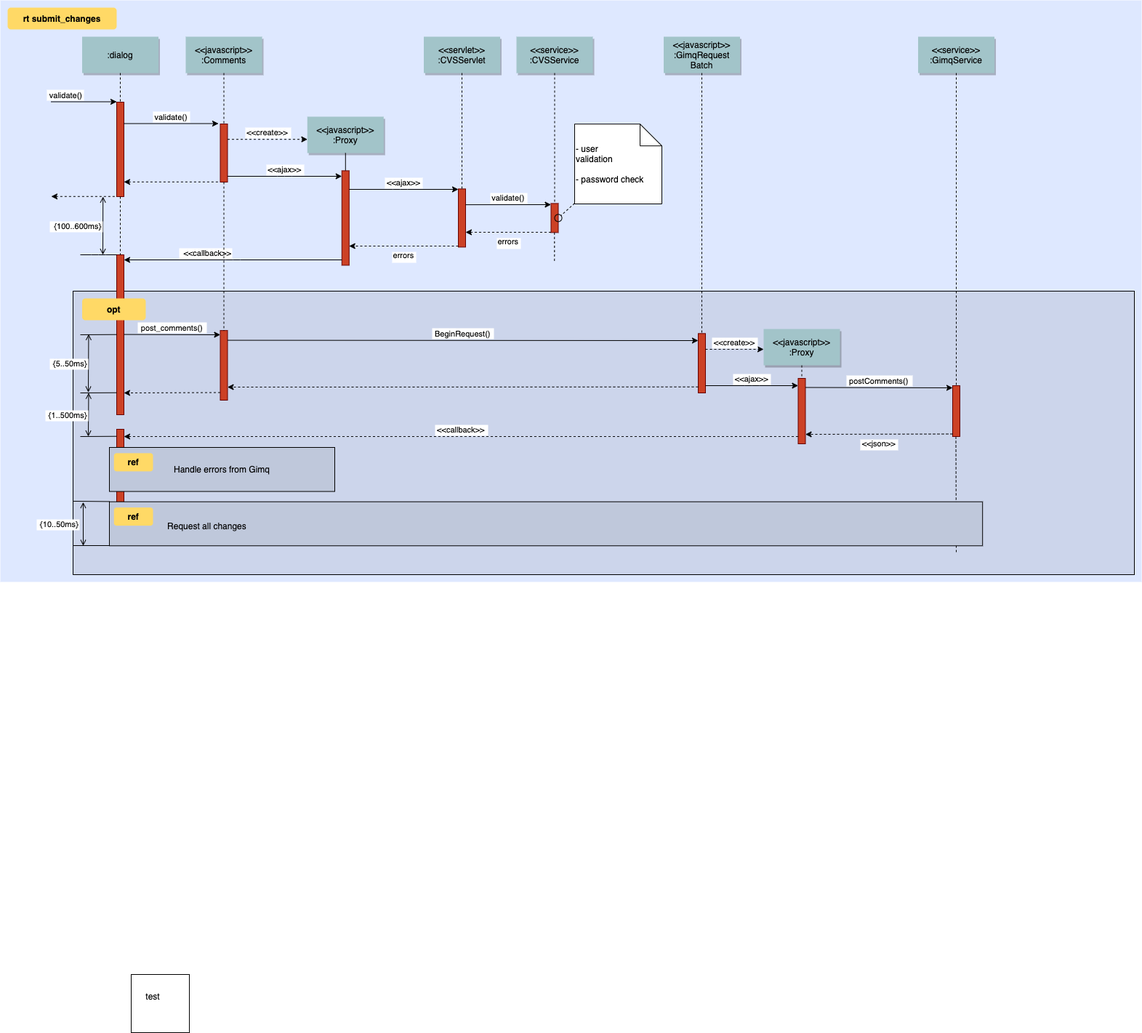
siyaooay/myPictures keeps this draw.io diagram as myFirstFloder/Untitled Diagram.png. Above is the earlier version. Source tidied: cells renumbered, new cells last; positions are measured from the earlier drawing's top-left corner, leaving out a move shared by most shapes.
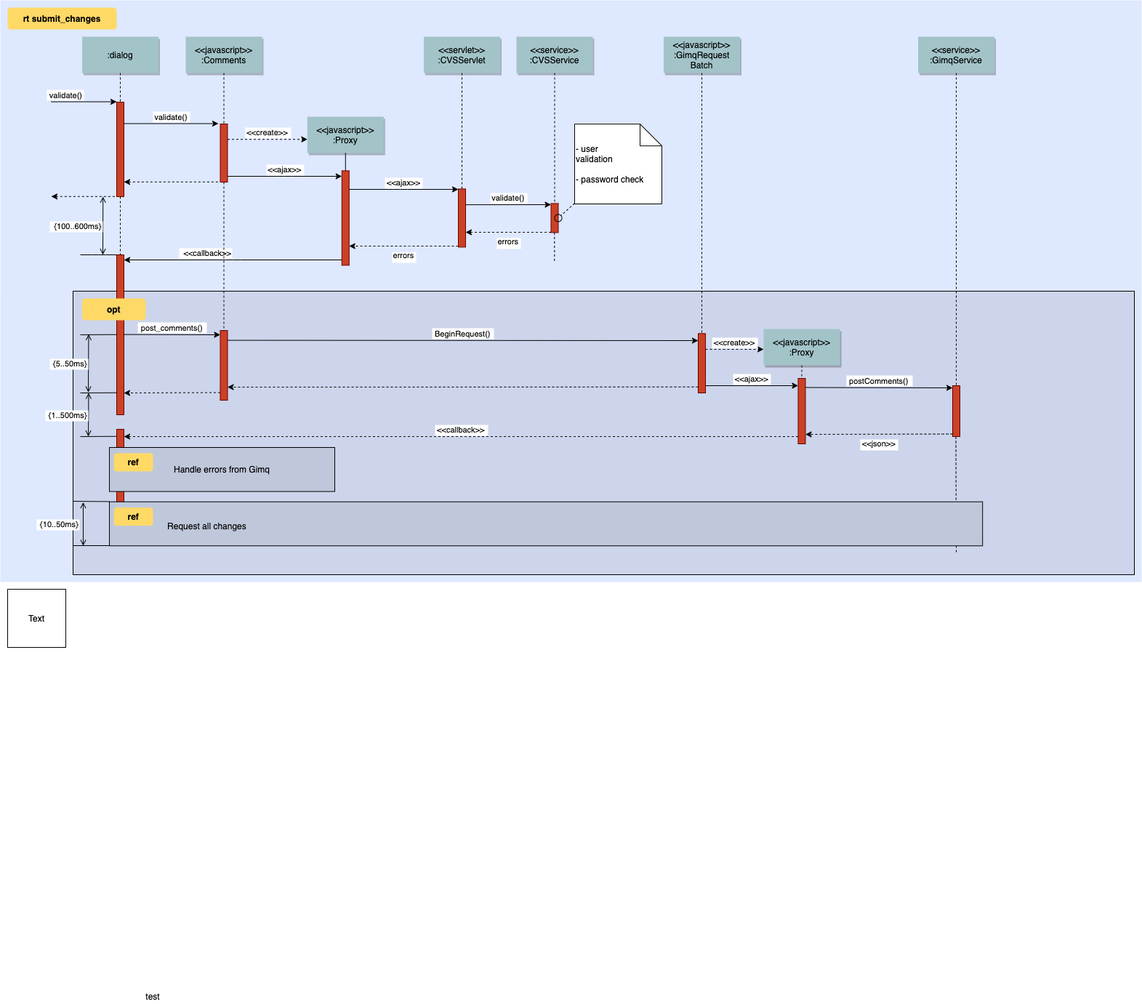
After the change.

Diff of the diagram source:
```diff
@@ -307,11 +307,17 @@
         <mxPoint x="-4.2" y="-0.3" as="offset" />
       </mxGeometry>
     </mxCell>
+    <mxCell id="76" value="test" style="text;html=1;strokeColor=none;fillColor=none;align=center;verticalAlign=middle;whiteSpace=wrap;rounded=0;" parent="1" vertex="1">
+      <mxGeometry x="190" y="1360" width="40" height="20" as="geometry" />
+    </mxCell>
+    <mxCell id="77" style="group;" parent="1" vertex="1">
+      <mxGeometry x="10" y="810" width="80" height="80" as="geometry" />
+    </mxCell>
-    <mxCell id="75" style="whiteSpace=wrap;html=1;" parent="1" vertex="1">
-      <mxGeometry x="180" y="1340" width="80" height="80" as="geometry" />
+    <mxCell id="75" style="whiteSpace=wrap;html=1;" parent="77" vertex="1">
+      <mxGeometry width="80" height="80" as="geometry" />
     </mxCell>
-    <mxCell id="76" value="test" style="text;html=1;strokeColor=none;fillColor=none;align=center;verticalAlign=middle;whiteSpace=wrap;rounded=0;" parent="1" vertex="1">
-      <mxGeometry x="190" y="1360" width="40" height="20" as="geometry" />
-    </mxCell>
+    <mxCell id="78" value="Text" style="text;html=1;strokeColor=none;fillColor=none;align=center;verticalAlign=middle;whiteSpace=wrap;rounded=0;" parent="77" vertex="1">
+      <mxGeometry x="20" y="30" width="40" height="20" as="geometry" />
+    </mxCell>
   </root>
 </mxGraphModel>
```
